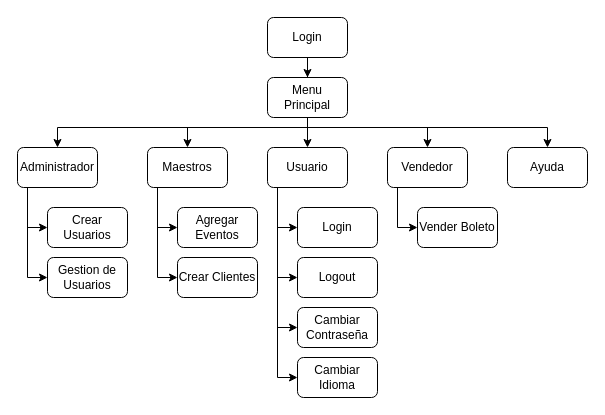
The draw.io diagram nuevo/Carpeta/T01/T01.5 Diagrama Jerarquico/T01.5 Diagrama Jerarquico.drawio in ivaburug1/ingenieria-software, before the edit. Source tidied: cells renumbered, new cells numbered last; positions are measured from the earlier drawing's top-left corner, leaving out a move shared by most shapes. Both pictures are drawn from the tidied source at 100%, with x=0, y=0 at pixel (17, 17).
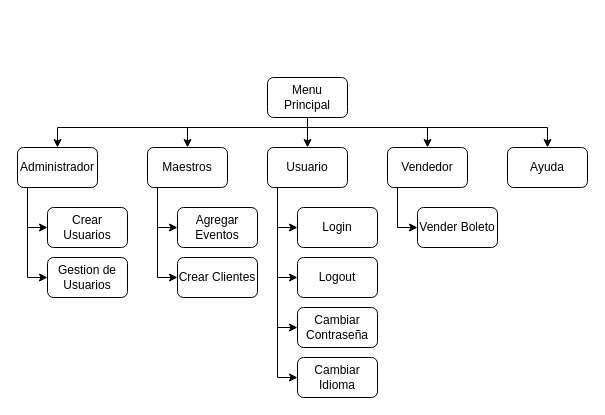
The same diagram, later.

The change refers to these unchanged cells:
```xml
<mxCell id="9" value="Menu Principal" style="rounded=1;whiteSpace=wrap;html=1;" parent="1" vertex="1">
  <mxGeometry x="250" y="60" width="80" height="40" as="geometry" />
</mxCell>
```

Change to the diagram source:
```diff
@@
-    <mxCell id="2" style="edgeStyle=orthogonalEdgeStyle;rounded=0;jettySize=auto;html=1;" parent="1" edge="1" source="3" target="9">
-      <mxGeometry relative="1" as="geometry" />
-    </mxCell>
-    <mxCell id="3" value="Login" style="rounded=1;whiteSpace=wrap;html=1;" parent="1" vertex="1">
-      <mxGeometry x="250" width="80" height="40" as="geometry" />
-    </mxCell>
```
